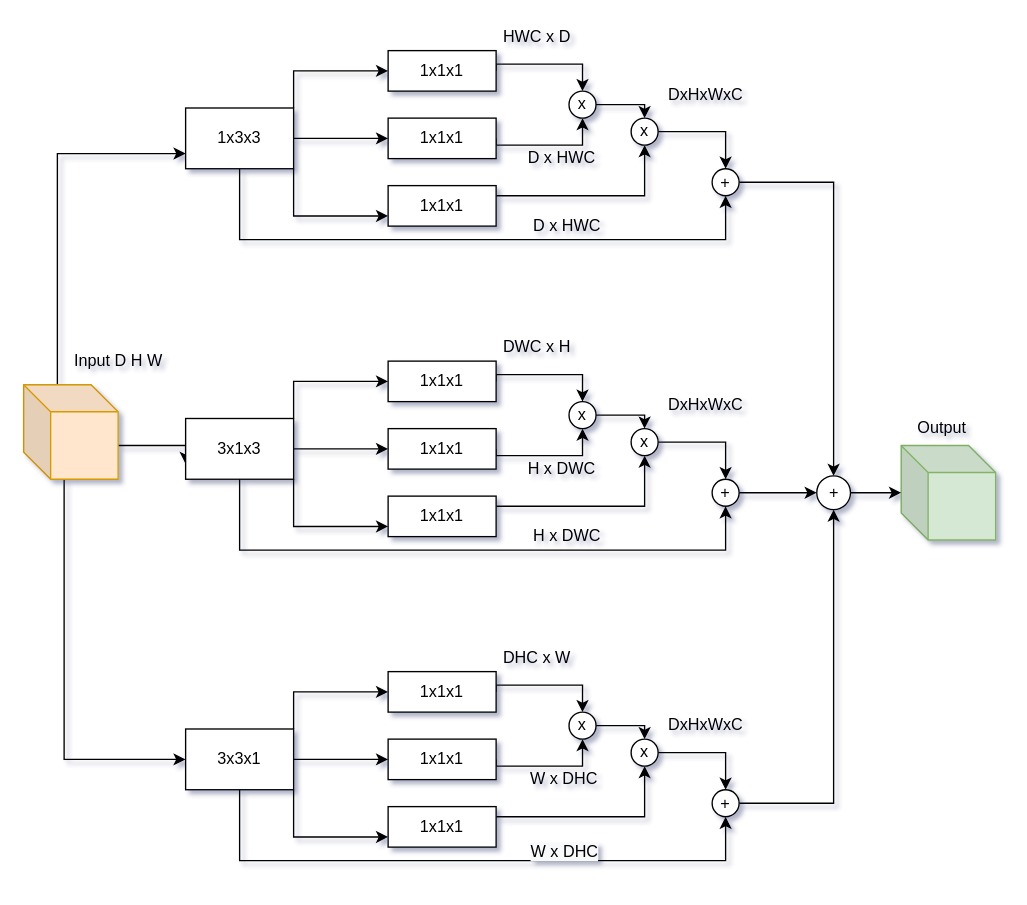
Before: page "Page-2" (2 of 3) of Untitled Diagram.drawio in zepherusqin/zepherusqin.github.io, a draw.io diagram. Source tidied: cells renumbered, new cells numbered last; positions are measured from the earlier drawing's top-left corner, leaving out a move shared by most shapes. Both pictures are drawn from the tidied source at 135%, with x=0, y=0 at pixel (23, 23).
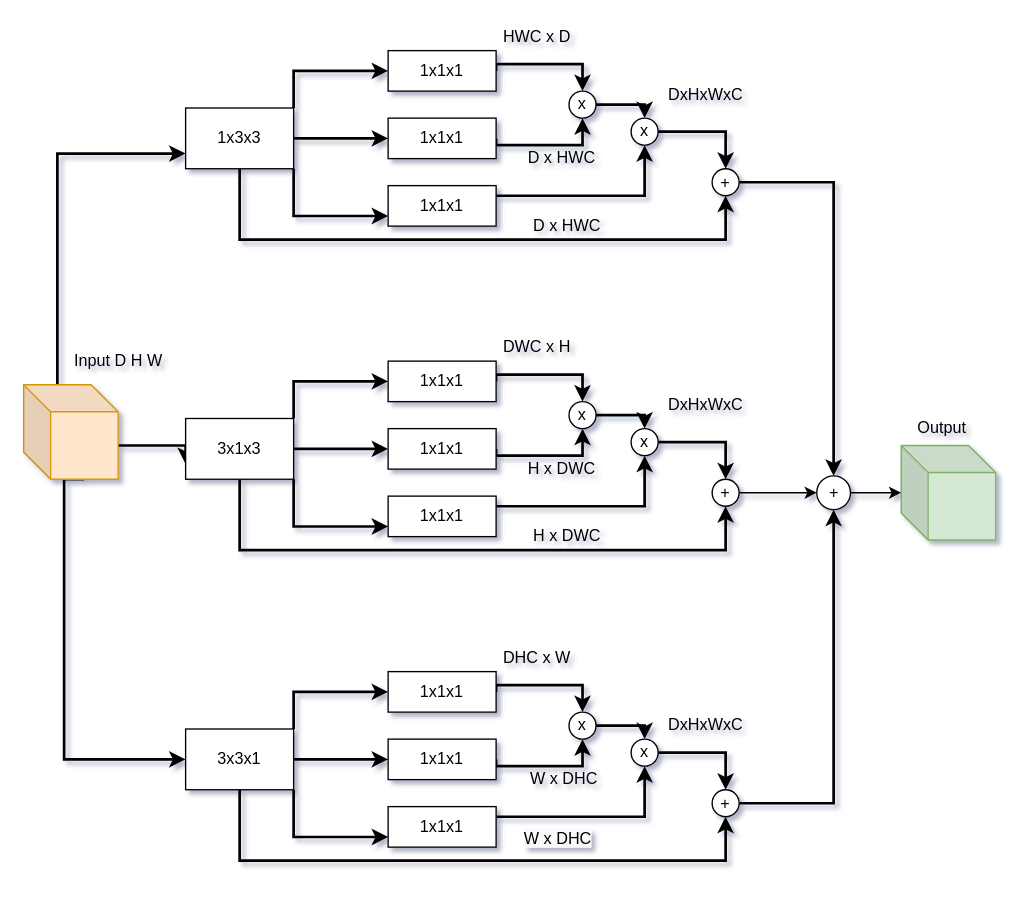
The same diagram, later.

Unchanged cells that the change refers to:
```xml
<mxCell id="5" style="shape=cube;whiteSpace=wrap;html=1;boundedLbl=1;backgroundOutline=1;darkOpacity=0.05;darkOpacity2=0.1;fillColor=#ffe6cc;strokeColor=#d79b00;" parent="1" vertex="1">
  <mxGeometry y="267.5" width="70" height="70" as="geometry" />
</mxCell>
<mxCell id="7" value="1x1x1" style="rounded=0;whiteSpace=wrap;html=1;" parent="1" vertex="1">
  <mxGeometry x="270" y="20" width="80" height="30" as="geometry" />
</mxCell>
<mxCell id="9" value="1x1x1" style="rounded=0;whiteSpace=wrap;html=1;" parent="1" vertex="1">
  <mxGeometry x="270" y="70" width="80" height="30" as="geometry" />
</mxCell>
<mxCell id="11" value="1x1x1" style="rounded=0;whiteSpace=wrap;html=1;" parent="1" vertex="1">
  <mxGeometry x="270" y="120" width="80" height="30" as="geometry" />
</mxCell>
<mxCell id="13" value="x" style="ellipse;whiteSpace=wrap;html=1;" parent="1" vertex="1">
  <mxGeometry x="404" y="50" width="20" height="20" as="geometry" />
</mxCell>
<mxCell id="15" value="x" style="ellipse;whiteSpace=wrap;html=1;" parent="1" vertex="1">
  <mxGeometry x="450" y="70" width="20" height="20" as="geometry" />
</mxCell>
<mxCell id="20" value="1x3x3" style="rounded=0;whiteSpace=wrap;html=1;" parent="1" vertex="1">
  <mxGeometry x="120" y="62.5" width="80" height="45" as="geometry" />
</mxCell>
<mxCell id="22" value="+" style="ellipse;whiteSpace=wrap;html=1;" parent="1" vertex="1">
  <mxGeometry x="510" y="107.5" width="20" height="20" as="geometry" />
</mxCell>
<mxCell id="26" value="1x1x1" style="rounded=0;whiteSpace=wrap;html=1;" parent="1" vertex="1">
  <mxGeometry x="270" y="250" width="80" height="30" as="geometry" />
</mxCell>
<mxCell id="28" value="1x1x1" style="rounded=0;whiteSpace=wrap;html=1;" parent="1" vertex="1">
  <mxGeometry x="270" y="300" width="80" height="30" as="geometry" />
</mxCell>
<mxCell id="30" value="1x1x1" style="rounded=0;whiteSpace=wrap;html=1;" parent="1" vertex="1">
  <mxGeometry x="270" y="350" width="80" height="30" as="geometry" />
</mxCell>
<mxCell id="32" value="x" style="ellipse;whiteSpace=wrap;html=1;" parent="1" vertex="1">
  <mxGeometry x="404" y="280" width="20" height="20" as="geometry" />
</mxCell>
<mxCell id="34" value="x" style="ellipse;whiteSpace=wrap;html=1;" parent="1" vertex="1">
  <mxGeometry x="450" y="300" width="20" height="20" as="geometry" />
</mxCell>
<mxCell id="39" value="3x1x3" style="rounded=0;whiteSpace=wrap;html=1;" parent="1" vertex="1">
  <mxGeometry x="120" y="292.5" width="80" height="45" as="geometry" />
</mxCell>
<mxCell id="41" value="+" style="ellipse;whiteSpace=wrap;html=1;" parent="1" vertex="1">
  <mxGeometry x="510" y="337.5" width="20" height="20" as="geometry" />
</mxCell>
<mxCell id="45" value="1x1x1" style="rounded=0;whiteSpace=wrap;html=1;" parent="1" vertex="1">
  <mxGeometry x="270" y="480" width="80" height="30" as="geometry" />
</mxCell>
<mxCell id="47" value="1x1x1" style="rounded=0;whiteSpace=wrap;html=1;" parent="1" vertex="1">
  <mxGeometry x="270" y="530" width="80" height="30" as="geometry" />
</mxCell>
<mxCell id="49" value="1x1x1" style="rounded=0;whiteSpace=wrap;html=1;" parent="1" vertex="1">
  <mxGeometry x="270" y="580" width="80" height="30" as="geometry" />
</mxCell>
<mxCell id="51" value="x" style="ellipse;whiteSpace=wrap;html=1;" parent="1" vertex="1">
  <mxGeometry x="404" y="510" width="20" height="20" as="geometry" />
</mxCell>
<mxCell id="53" value="x" style="ellipse;whiteSpace=wrap;html=1;" parent="1" vertex="1">
  <mxGeometry x="450" y="530" width="20" height="20" as="geometry" />
</mxCell>
<mxCell id="58" value="3x3x1" style="rounded=0;whiteSpace=wrap;html=1;" parent="1" vertex="1">
  <mxGeometry x="120" y="522.5" width="80" height="45" as="geometry" />
</mxCell>
<mxCell id="60" value="+" style="ellipse;whiteSpace=wrap;html=1;" parent="1" vertex="1">
  <mxGeometry x="510" y="567.5" width="20" height="20" as="geometry" />
</mxCell>
<mxCell id="72" value="+" style="ellipse;whiteSpace=wrap;html=1;" parent="1" vertex="1">
  <mxGeometry x="587.5" y="335" width="25" height="25" as="geometry" />
</mxCell>
```

What changed in the source:
```diff
@@
-    <mxCell id="2" style="edgeStyle=orthogonalEdgeStyle;rounded=0;jettySize=auto;html=1;exitX=0;exitY=0;exitDx=25;exitDy=0;exitPerimeter=0;entryX=0;entryY=0.75;entryDx=0;entryDy=0;" parent="1" edge="1" source="5" target="20">
+    <mxCell id="2" style="edgeStyle=orthogonalEdgeStyle;rounded=0;jettySize=auto;html=1;exitX=0;exitY=0;exitDx=25;exitDy=0;exitPerimeter=0;entryX=0;entryY=0.75;entryDx=0;entryDy=0;strokeWidth=2;" parent="1" edge="1" source="5" target="20">
       <mxGeometry relative="1" as="geometry" />
     </mxCell>
-    <mxCell id="3" style="edgeStyle=orthogonalEdgeStyle;rounded=0;jettySize=auto;html=1;exitX=0;exitY=0;exitDx=70;exitDy=45;exitPerimeter=0;entryX=0;entryY=0.75;entryDx=0;entryDy=0;" parent="1" edge="1" source="5" target="39">
+    <mxCell id="3" style="edgeStyle=orthogonalEdgeStyle;rounded=0;jettySize=auto;html=1;exitX=0;exitY=0;exitDx=70;exitDy=45;exitPerimeter=0;entryX=0;entryY=0.75;entryDx=0;entryDy=0;strokeWidth=2;" parent="1" edge="1" source="5" target="39">
       <mxGeometry relative="1" as="geometry">
         <Array as="points">
           <mxPoint x="120" y="313" />
         </Array>
       </mxGeometry>
     </mxCell>
-    <mxCell id="4" style="edgeStyle=orthogonalEdgeStyle;rounded=0;jettySize=auto;html=1;exitX=0;exitY=0;exitDx=45;exitDy=70;exitPerimeter=0;entryX=0;entryY=0.5;entryDx=0;entryDy=0;" parent="1" edge="1" source="5" target="58">
+    <mxCell id="4" style="edgeStyle=orthogonalEdgeStyle;rounded=0;jettySize=auto;html=1;exitX=0;exitY=0;exitDx=45;exitDy=70;exitPerimeter=0;entryX=0;entryY=0.5;entryDx=0;entryDy=0;strokeWidth=2;" parent="1" edge="1" source="5" target="58">
       <mxGeometry relative="1" as="geometry">
         <Array as="points">
           <mxPoint x="30" y="338" />
           <mxPoint x="30" y="545" />
         </Array>
       </mxGeometry>
     </mxCell>
@@
-    <mxCell id="6" style="edgeStyle=orthogonalEdgeStyle;rounded=0;jettySize=auto;html=1;exitX=1;exitY=0.5;exitDx=0;exitDy=0;entryX=0.5;entryY=0;entryDx=0;entryDy=0;" parent="1" edge="1" source="7" target="13">
+    <mxCell id="6" style="edgeStyle=orthogonalEdgeStyle;rounded=0;jettySize=auto;html=1;exitX=1;exitY=0.5;exitDx=0;exitDy=0;entryX=0.5;entryY=0;entryDx=0;entryDy=0;strokeWidth=2;" parent="1" edge="1" source="7" target="13">
       <mxGeometry relative="1" as="geometry">
         <Array as="points">
           <mxPoint x="350" y="30" />
           <mxPoint x="414" y="30" />
         </Array>
       </mxGeometry>
     </mxCell>
@@
-    <mxCell id="8" style="edgeStyle=orthogonalEdgeStyle;rounded=0;jettySize=auto;html=1;exitX=1;exitY=0.5;exitDx=0;exitDy=0;entryX=0.5;entryY=1;entryDx=0;entryDy=0;" parent="1" edge="1" source="9" target="13">
+    <mxCell id="8" style="edgeStyle=orthogonalEdgeStyle;rounded=0;jettySize=auto;html=1;exitX=1;exitY=0.5;exitDx=0;exitDy=0;entryX=0.5;entryY=1;entryDx=0;entryDy=0;strokeWidth=2;" parent="1" edge="1" source="9" target="13">
       <mxGeometry relative="1" as="geometry">
         <Array as="points">
           <mxPoint x="350" y="90" />
           <mxPoint x="414" y="90" />
         </Array>
       </mxGeometry>
     </mxCell>
@@
-    <mxCell id="10" style="edgeStyle=orthogonalEdgeStyle;rounded=0;jettySize=auto;html=1;exitX=1;exitY=0.25;exitDx=0;exitDy=0;entryX=0.5;entryY=1;entryDx=0;entryDy=0;" parent="1" edge="1" source="11" target="15">
+    <mxCell id="10" style="edgeStyle=orthogonalEdgeStyle;rounded=0;jettySize=auto;html=1;exitX=1;exitY=0.25;exitDx=0;exitDy=0;entryX=0.5;entryY=1;entryDx=0;entryDy=0;strokeWidth=2;" parent="1" edge="1" source="11" target="15">
       <mxGeometry relative="1" as="geometry" />
     </mxCell>
@@
-    <mxCell id="12" style="edgeStyle=orthogonalEdgeStyle;rounded=0;jettySize=auto;html=1;exitX=1;exitY=0.5;exitDx=0;exitDy=0;entryX=0.5;entryY=0;entryDx=0;entryDy=0;" parent="1" edge="1" source="13" target="15">
+    <mxCell id="12" style="edgeStyle=orthogonalEdgeStyle;rounded=0;jettySize=auto;html=1;exitX=1;exitY=0.5;exitDx=0;exitDy=0;entryX=0.5;entryY=0;entryDx=0;entryDy=0;strokeWidth=2;" parent="1" edge="1" source="13" target="15">
       <mxGeometry relative="1" as="geometry" />
     </mxCell>
@@
-    <mxCell id="14" style="edgeStyle=orthogonalEdgeStyle;rounded=0;jettySize=auto;html=1;exitX=1;exitY=0.5;exitDx=0;exitDy=0;entryX=0.5;entryY=0;entryDx=0;entryDy=0;" parent="1" edge="1" source="15" target="22">
+    <mxCell id="14" style="edgeStyle=orthogonalEdgeStyle;rounded=0;jettySize=auto;html=1;exitX=1;exitY=0.5;exitDx=0;exitDy=0;entryX=0.5;entryY=0;entryDx=0;entryDy=0;strokeWidth=2;" parent="1" edge="1" source="15" target="22">
       <mxGeometry relative="1" as="geometry">
         <Array as="points">
           <mxPoint x="520" y="80" />
         </Array>
       </mxGeometry>
     </mxCell>
@@
-    <mxCell id="16" style="edgeStyle=orthogonalEdgeStyle;rounded=0;jettySize=auto;html=1;exitX=1;exitY=0.5;exitDx=0;exitDy=0;entryX=0;entryY=0.5;entryDx=0;entryDy=0;" parent="1" edge="1" source="20" target="9">
+    <mxCell id="16" style="edgeStyle=orthogonalEdgeStyle;rounded=0;jettySize=auto;html=1;exitX=1;exitY=0.5;exitDx=0;exitDy=0;entryX=0;entryY=0.5;entryDx=0;entryDy=0;strokeWidth=2;" parent="1" edge="1" source="20" target="9">
       <mxGeometry relative="1" as="geometry" />
     </mxCell>
-    <mxCell id="17" style="edgeStyle=orthogonalEdgeStyle;rounded=0;jettySize=auto;html=1;exitX=1;exitY=0;exitDx=0;exitDy=0;entryX=0;entryY=0.5;entryDx=0;entryDy=0;" parent="1" edge="1" source="20" target="7">
+    <mxCell id="17" style="edgeStyle=orthogonalEdgeStyle;rounded=0;jettySize=auto;html=1;exitX=1;exitY=0;exitDx=0;exitDy=0;entryX=0;entryY=0.5;entryDx=0;entryDy=0;strokeWidth=2;" parent="1" edge="1" source="20" target="7">
       <mxGeometry relative="1" as="geometry" />
     </mxCell>
-    <mxCell id="18" style="edgeStyle=orthogonalEdgeStyle;rounded=0;jettySize=auto;html=1;exitX=1;exitY=1;exitDx=0;exitDy=0;entryX=0;entryY=0.75;entryDx=0;entryDy=0;" parent="1" edge="1" source="20" target="11">
+    <mxCell id="18" style="edgeStyle=orthogonalEdgeStyle;rounded=0;jettySize=auto;html=1;exitX=1;exitY=1;exitDx=0;exitDy=0;entryX=0;entryY=0.75;entryDx=0;entryDy=0;strokeWidth=2;" parent="1" edge="1" source="20" target="11">
       <mxGeometry relative="1" as="geometry" />
     </mxCell>
-    <mxCell id="19" style="edgeStyle=orthogonalEdgeStyle;rounded=0;jettySize=auto;html=1;exitX=0.5;exitY=1;exitDx=0;exitDy=0;entryX=0.5;entryY=1;entryDx=0;entryDy=0;" parent="1" edge="1" source="20" target="22">
+    <mxCell id="19" style="edgeStyle=orthogonalEdgeStyle;rounded=0;jettySize=auto;html=1;exitX=0.5;exitY=1;exitDx=0;exitDy=0;entryX=0.5;entryY=1;entryDx=0;entryDy=0;strokeWidth=2;" parent="1" edge="1" source="20" target="22">
       <mxGeometry relative="1" as="geometry">
         <Array as="points">
           <mxPoint x="160" y="160" />
           <mxPoint x="520" y="160" />
         </Array>
       </mxGeometry>
     </mxCell>
@@
-    <mxCell id="21" style="edgeStyle=orthogonalEdgeStyle;rounded=0;jettySize=auto;html=1;exitX=1;exitY=0.5;exitDx=0;exitDy=0;entryX=0.5;entryY=0;entryDx=0;entryDy=0;" parent="1" edge="1" source="22" target="72">
+    <mxCell id="21" style="edgeStyle=orthogonalEdgeStyle;rounded=0;jettySize=auto;html=1;exitX=1;exitY=0.5;exitDx=0;exitDy=0;entryX=0.5;entryY=0;entryDx=0;entryDy=0;strokeWidth=2;" parent="1" edge="1" source="22" target="72">
       <mxGeometry relative="1" as="geometry">
         <Array as="points">
           <mxPoint x="600" y="118" />
         </Array>
       </mxGeometry>
     </mxCell>
@@
-    <mxCell id="25" style="edgeStyle=orthogonalEdgeStyle;rounded=0;jettySize=auto;html=1;exitX=1;exitY=0.5;exitDx=0;exitDy=0;entryX=0.5;entryY=0;entryDx=0;entryDy=0;" parent="1" edge="1" source="26" target="32">
+    <mxCell id="25" style="edgeStyle=orthogonalEdgeStyle;rounded=0;jettySize=auto;html=1;exitX=1;exitY=0.5;exitDx=0;exitDy=0;entryX=0.5;entryY=0;entryDx=0;entryDy=0;strokeWidth=2;" parent="1" edge="1" source="26" target="32">
       <mxGeometry relative="1" as="geometry">
         <Array as="points">
           <mxPoint x="350" y="260" />
           <mxPoint x="414" y="260" />
         </Array>
       </mxGeometry>
     </mxCell>
@@
-    <mxCell id="27" style="edgeStyle=orthogonalEdgeStyle;rounded=0;jettySize=auto;html=1;exitX=1;exitY=0.5;exitDx=0;exitDy=0;entryX=0.5;entryY=1;entryDx=0;entryDy=0;" parent="1" edge="1" source="28" target="32">
+    <mxCell id="27" style="edgeStyle=orthogonalEdgeStyle;rounded=0;jettySize=auto;html=1;exitX=1;exitY=0.5;exitDx=0;exitDy=0;entryX=0.5;entryY=1;entryDx=0;entryDy=0;strokeWidth=2;" parent="1" edge="1" source="28" target="32">
       <mxGeometry relative="1" as="geometry">
         <Array as="points">
           <mxPoint x="350" y="320" />
           <mxPoint x="414" y="320" />
         </Array>
       </mxGeometry>
     </mxCell>
@@
-    <mxCell id="29" style="edgeStyle=orthogonalEdgeStyle;rounded=0;jettySize=auto;html=1;exitX=1;exitY=0.25;exitDx=0;exitDy=0;entryX=0.5;entryY=1;entryDx=0;entryDy=0;" parent="1" edge="1" source="30" target="34">
+    <mxCell id="29" style="edgeStyle=orthogonalEdgeStyle;rounded=0;jettySize=auto;html=1;exitX=1;exitY=0.25;exitDx=0;exitDy=0;entryX=0.5;entryY=1;entryDx=0;entryDy=0;strokeWidth=2;" parent="1" edge="1" source="30" target="34">
       <mxGeometry relative="1" as="geometry" />
     </mxCell>
@@
-    <mxCell id="31" style="edgeStyle=orthogonalEdgeStyle;rounded=0;jettySize=auto;html=1;exitX=1;exitY=0.5;exitDx=0;exitDy=0;entryX=0.5;entryY=0;entryDx=0;entryDy=0;" parent="1" edge="1" source="32" target="34">
+    <mxCell id="31" style="edgeStyle=orthogonalEdgeStyle;rounded=0;jettySize=auto;html=1;exitX=1;exitY=0.5;exitDx=0;exitDy=0;entryX=0.5;entryY=0;entryDx=0;entryDy=0;strokeWidth=2;" parent="1" edge="1" source="32" target="34">
       <mxGeometry relative="1" as="geometry" />
     </mxCell>
@@
-    <mxCell id="33" style="edgeStyle=orthogonalEdgeStyle;rounded=0;jettySize=auto;html=1;exitX=1;exitY=0.5;exitDx=0;exitDy=0;entryX=0.5;entryY=0;entryDx=0;entryDy=0;" parent="1" edge="1" source="34" target="41">
+    <mxCell id="33" style="edgeStyle=orthogonalEdgeStyle;rounded=0;jettySize=auto;html=1;exitX=1;exitY=0.5;exitDx=0;exitDy=0;entryX=0.5;entryY=0;entryDx=0;entryDy=0;strokeWidth=2;" parent="1" edge="1" source="34" target="41">
       <mxGeometry relative="1" as="geometry">
         <Array as="points">
           <mxPoint x="520" y="310" />
         </Array>
       </mxGeometry>
     </mxCell>
@@
-    <mxCell id="35" style="edgeStyle=orthogonalEdgeStyle;rounded=0;jettySize=auto;html=1;exitX=1;exitY=0.5;exitDx=0;exitDy=0;entryX=0;entryY=0.5;entryDx=0;entryDy=0;" parent="1" edge="1" source="39" target="28">
+    <mxCell id="35" style="edgeStyle=orthogonalEdgeStyle;rounded=0;jettySize=auto;html=1;exitX=1;exitY=0.5;exitDx=0;exitDy=0;entryX=0;entryY=0.5;entryDx=0;entryDy=0;strokeWidth=2;" parent="1" edge="1" source="39" target="28">
       <mxGeometry relative="1" as="geometry" />
     </mxCell>
-    <mxCell id="36" style="edgeStyle=orthogonalEdgeStyle;rounded=0;jettySize=auto;html=1;exitX=1;exitY=0;exitDx=0;exitDy=0;entryX=0;entryY=0.5;entryDx=0;entryDy=0;" parent="1" edge="1" source="39" target="26">
+    <mxCell id="36" style="edgeStyle=orthogonalEdgeStyle;rounded=0;jettySize=auto;html=1;exitX=1;exitY=0;exitDx=0;exitDy=0;entryX=0;entryY=0.5;entryDx=0;entryDy=0;strokeWidth=2;" parent="1" edge="1" source="39" target="26">
       <mxGeometry relative="1" as="geometry" />
     </mxCell>
-    <mxCell id="37" style="edgeStyle=orthogonalEdgeStyle;rounded=0;jettySize=auto;html=1;exitX=1;exitY=1;exitDx=0;exitDy=0;entryX=0;entryY=0.75;entryDx=0;entryDy=0;" parent="1" edge="1" source="39" target="30">
+    <mxCell id="37" style="edgeStyle=orthogonalEdgeStyle;rounded=0;jettySize=auto;html=1;exitX=1;exitY=1;exitDx=0;exitDy=0;entryX=0;entryY=0.75;entryDx=0;entryDy=0;strokeWidth=2;" parent="1" edge="1" source="39" target="30">
       <mxGeometry relative="1" as="geometry" />
     </mxCell>
-    <mxCell id="38" style="edgeStyle=orthogonalEdgeStyle;rounded=0;jettySize=auto;html=1;exitX=0.5;exitY=1;exitDx=0;exitDy=0;entryX=0.5;entryY=1;entryDx=0;entryDy=0;" parent="1" edge="1" source="39" target="41">
+    <mxCell id="38" style="edgeStyle=orthogonalEdgeStyle;rounded=0;jettySize=auto;html=1;exitX=0.5;exitY=1;exitDx=0;exitDy=0;entryX=0.5;entryY=1;entryDx=0;entryDy=0;strokeWidth=2;" parent="1" edge="1" source="39" target="41">
       <mxGeometry relative="1" as="geometry">
         <Array as="points">
           <mxPoint x="160" y="390" />
           <mxPoint x="520" y="390" />
         </Array>
       </mxGeometry>
     </mxCell>
@@
-    <mxCell id="44" style="edgeStyle=orthogonalEdgeStyle;rounded=0;jettySize=auto;html=1;exitX=1;exitY=0.5;exitDx=0;exitDy=0;entryX=0.5;entryY=0;entryDx=0;entryDy=0;" parent="1" edge="1" source="45" target="51">
+    <mxCell id="44" style="edgeStyle=orthogonalEdgeStyle;rounded=0;jettySize=auto;html=1;exitX=1;exitY=0.5;exitDx=0;exitDy=0;entryX=0.5;entryY=0;entryDx=0;entryDy=0;strokeWidth=2;" parent="1" edge="1" source="45" target="51">
       <mxGeometry relative="1" as="geometry">
         <Array as="points">
           <mxPoint x="350" y="490" />
           <mxPoint x="414" y="490" />
         </Array>
       </mxGeometry>
     </mxCell>
@@
-    <mxCell id="46" style="edgeStyle=orthogonalEdgeStyle;rounded=0;jettySize=auto;html=1;exitX=1;exitY=0.5;exitDx=0;exitDy=0;entryX=0.5;entryY=1;entryDx=0;entryDy=0;" parent="1" edge="1" source="47" target="51">
+    <mxCell id="46" style="edgeStyle=orthogonalEdgeStyle;rounded=0;jettySize=auto;html=1;exitX=1;exitY=0.5;exitDx=0;exitDy=0;entryX=0.5;entryY=1;entryDx=0;entryDy=0;strokeWidth=2;" parent="1" edge="1" source="47" target="51">
       <mxGeometry relative="1" as="geometry">
         <Array as="points">
           <mxPoint x="350" y="550" />
           <mxPoint x="414" y="550" />
         </Array>
       </mxGeometry>
     </mxCell>
@@
-    <mxCell id="48" style="edgeStyle=orthogonalEdgeStyle;rounded=0;jettySize=auto;html=1;exitX=1;exitY=0.25;exitDx=0;exitDy=0;entryX=0.5;entryY=1;entryDx=0;entryDy=0;" parent="1" edge="1" source="49" target="53">
+    <mxCell id="48" style="edgeStyle=orthogonalEdgeStyle;rounded=0;jettySize=auto;html=1;exitX=1;exitY=0.25;exitDx=0;exitDy=0;entryX=0.5;entryY=1;entryDx=0;entryDy=0;strokeWidth=2;" parent="1" edge="1" source="49" target="53">
       <mxGeometry relative="1" as="geometry" />
     </mxCell>
@@
-    <mxCell id="50" style="edgeStyle=orthogonalEdgeStyle;rounded=0;jettySize=auto;html=1;exitX=1;exitY=0.5;exitDx=0;exitDy=0;entryX=0.5;entryY=0;entryDx=0;entryDy=0;" parent="1" edge="1" source="51" target="53">
+    <mxCell id="50" style="edgeStyle=orthogonalEdgeStyle;rounded=0;jettySize=auto;html=1;exitX=1;exitY=0.5;exitDx=0;exitDy=0;entryX=0.5;entryY=0;entryDx=0;entryDy=0;strokeWidth=2;" parent="1" edge="1" source="51" target="53">
       <mxGeometry relative="1" as="geometry" />
     </mxCell>
@@
-    <mxCell id="52" style="edgeStyle=orthogonalEdgeStyle;rounded=0;jettySize=auto;html=1;exitX=1;exitY=0.5;exitDx=0;exitDy=0;entryX=0.5;entryY=0;entryDx=0;entryDy=0;" parent="1" edge="1" source="53" target="60">
+    <mxCell id="52" style="edgeStyle=orthogonalEdgeStyle;rounded=0;jettySize=auto;html=1;exitX=1;exitY=0.5;exitDx=0;exitDy=0;entryX=0.5;entryY=0;entryDx=0;entryDy=0;strokeWidth=2;" parent="1" edge="1" source="53" target="60">
       <mxGeometry relative="1" as="geometry">
         <Array as="points">
           <mxPoint x="520" y="540" />
         </Array>
       </mxGeometry>
     </mxCell>
@@
-    <mxCell id="54" style="edgeStyle=orthogonalEdgeStyle;rounded=0;jettySize=auto;html=1;exitX=1;exitY=0.5;exitDx=0;exitDy=0;entryX=0;entryY=0.5;entryDx=0;entryDy=0;" parent="1" edge="1" source="58" target="47">
+    <mxCell id="54" style="edgeStyle=orthogonalEdgeStyle;rounded=0;jettySize=auto;html=1;exitX=1;exitY=0.5;exitDx=0;exitDy=0;entryX=0;entryY=0.5;entryDx=0;entryDy=0;strokeWidth=2;" parent="1" edge="1" source="58" target="47">
       <mxGeometry relative="1" as="geometry" />
     </mxCell>
-    <mxCell id="55" style="edgeStyle=orthogonalEdgeStyle;rounded=0;jettySize=auto;html=1;exitX=1;exitY=0;exitDx=0;exitDy=0;entryX=0;entryY=0.5;entryDx=0;entryDy=0;" parent="1" edge="1" source="58" target="45">
+    <mxCell id="55" style="edgeStyle=orthogonalEdgeStyle;rounded=0;jettySize=auto;html=1;exitX=1;exitY=0;exitDx=0;exitDy=0;entryX=0;entryY=0.5;entryDx=0;entryDy=0;strokeWidth=2;" parent="1" edge="1" source="58" target="45">
       <mxGeometry relative="1" as="geometry" />
     </mxCell>
-    <mxCell id="56" style="edgeStyle=orthogonalEdgeStyle;rounded=0;jettySize=auto;html=1;exitX=1;exitY=1;exitDx=0;exitDy=0;entryX=0;entryY=0.75;entryDx=0;entryDy=0;" parent="1" edge="1" source="58" target="49">
+    <mxCell id="56" style="edgeStyle=orthogonalEdgeStyle;rounded=0;jettySize=auto;html=1;exitX=1;exitY=1;exitDx=0;exitDy=0;entryX=0;entryY=0.75;entryDx=0;entryDy=0;strokeWidth=2;" parent="1" edge="1" source="58" target="49">
       <mxGeometry relative="1" as="geometry" />
     </mxCell>
-    <mxCell id="57" style="edgeStyle=orthogonalEdgeStyle;rounded=0;jettySize=auto;html=1;exitX=0.5;exitY=1;exitDx=0;exitDy=0;entryX=0.5;entryY=1;entryDx=0;entryDy=0;" parent="1" edge="1" source="58" target="60">
+    <mxCell id="57" style="edgeStyle=orthogonalEdgeStyle;rounded=0;jettySize=auto;html=1;exitX=0.5;exitY=1;exitDx=0;exitDy=0;entryX=0.5;entryY=1;entryDx=0;entryDy=0;strokeWidth=2;" parent="1" edge="1" source="58" target="60">
       <mxGeometry relative="1" as="geometry">
         <Array as="points">
           <mxPoint x="160" y="620" />
           <mxPoint x="520" y="620" />
         </Array>
       </mxGeometry>
     </mxCell>
@@
-    <mxCell id="59" style="edgeStyle=orthogonalEdgeStyle;rounded=0;jettySize=auto;html=1;exitX=1;exitY=0.5;exitDx=0;exitDy=0;entryX=0.5;entryY=1;entryDx=0;entryDy=0;" parent="1" edge="1" source="60" target="72">
+    <mxCell id="59" style="edgeStyle=orthogonalEdgeStyle;rounded=0;jettySize=auto;html=1;exitX=1;exitY=0.5;exitDx=0;exitDy=0;entryX=0.5;entryY=1;entryDx=0;entryDy=0;strokeWidth=2;" parent="1" edge="1" source="60" target="72">
       <mxGeometry relative="1" as="geometry" />
     </mxCell>
@@
     <mxCell id="69" value="&lt;span style=&quot;color: rgb(0, 0, 0); font-family: helvetica; font-size: 12px; font-style: normal; font-weight: 400; letter-spacing: normal; text-align: center; text-indent: 0px; text-transform: none; word-spacing: 0px; background-color: rgb(248, 249, 250); display: inline; float: none;&quot;&gt;W x DHC&lt;/span&gt;" style="text;whiteSpace=wrap;html=1;" parent="1" vertex="1">
-      <mxGeometry x="374" y="600" width="80" height="30" as="geometry" />
+      <mxGeometry x="369" y="590" width="80" height="30" as="geometry" />
     </mxCell>
```
